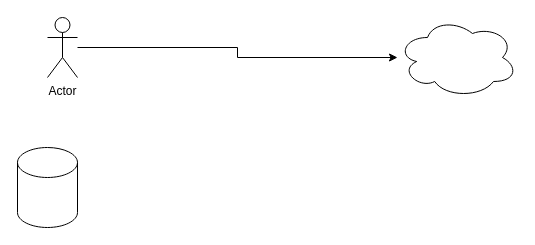
The draw.io diagram docs/arquitectura.drawio in kevinah95/upgraded-octo-waffle, before the edit. Source tidied: cells renumbered, new cells numbered last; positions are measured from the earlier drawing's top-left corner, leaving out a move shared by most shapes. Both pictures are drawn from the tidied source at 100%, with x=0, y=0 at pixel (17, 17).
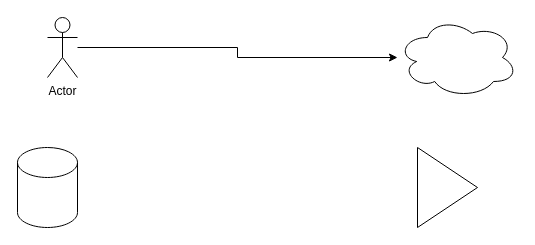
The same page after the edit.

What changed in the source:
```diff
@@
 <mxGraphModel>
   <root>
     <mxCell id="0" />
     <mxCell id="1" parent="0" />
     <mxCell id="2" style="edgeStyle=orthogonalEdgeStyle;rounded=0;jettySize=auto;html=1;" parent="1" edge="1" source="3" target="4">
       <mxGeometry relative="1" as="geometry" />
     </mxCell>
     <mxCell id="3" value="Actor" style="shape=umlActor;verticalLabelPosition=bottom;verticalAlign=top;html=1;outlineConnect=0;" parent="1" vertex="1">
       <mxGeometry x="30" width="30" height="60" as="geometry" />
     </mxCell>
     <mxCell id="4" style="ellipse;shape=cloud;whiteSpace=wrap;html=1;" parent="1" vertex="1">
       <mxGeometry x="380" width="120" height="80" as="geometry" />
     </mxCell>
     <mxCell id="5" style="shape=cylinder3;whiteSpace=wrap;html=1;boundedLbl=1;backgroundOutline=1;size=15;" parent="1" vertex="1">
       <mxGeometry y="130" width="60" height="80" as="geometry" />
     </mxCell>
+    <mxCell id="6" style="triangle;whiteSpace=wrap;html=1;" parent="1" vertex="1">
+      <mxGeometry x="400" y="130" width="60" height="80" as="geometry" />
+    </mxCell>
   </root>
 </mxGraphModel>
```
